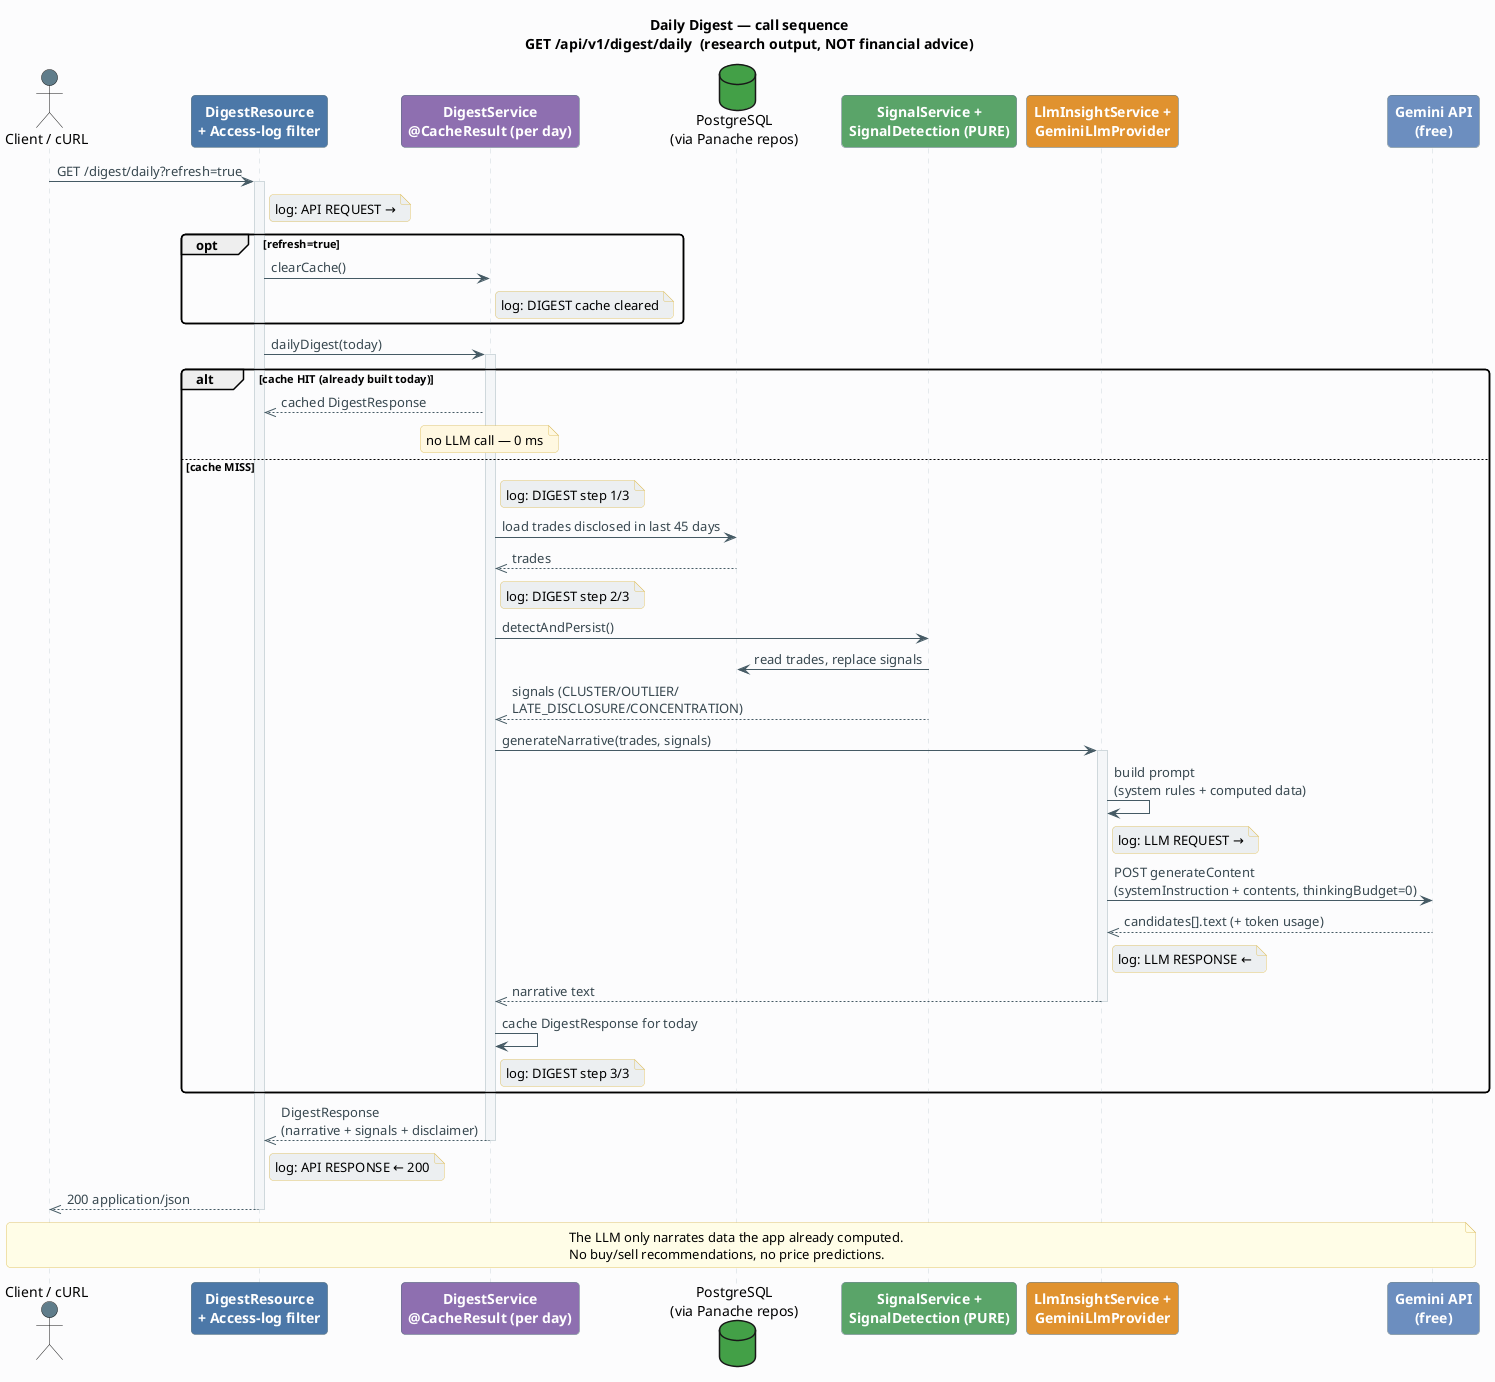
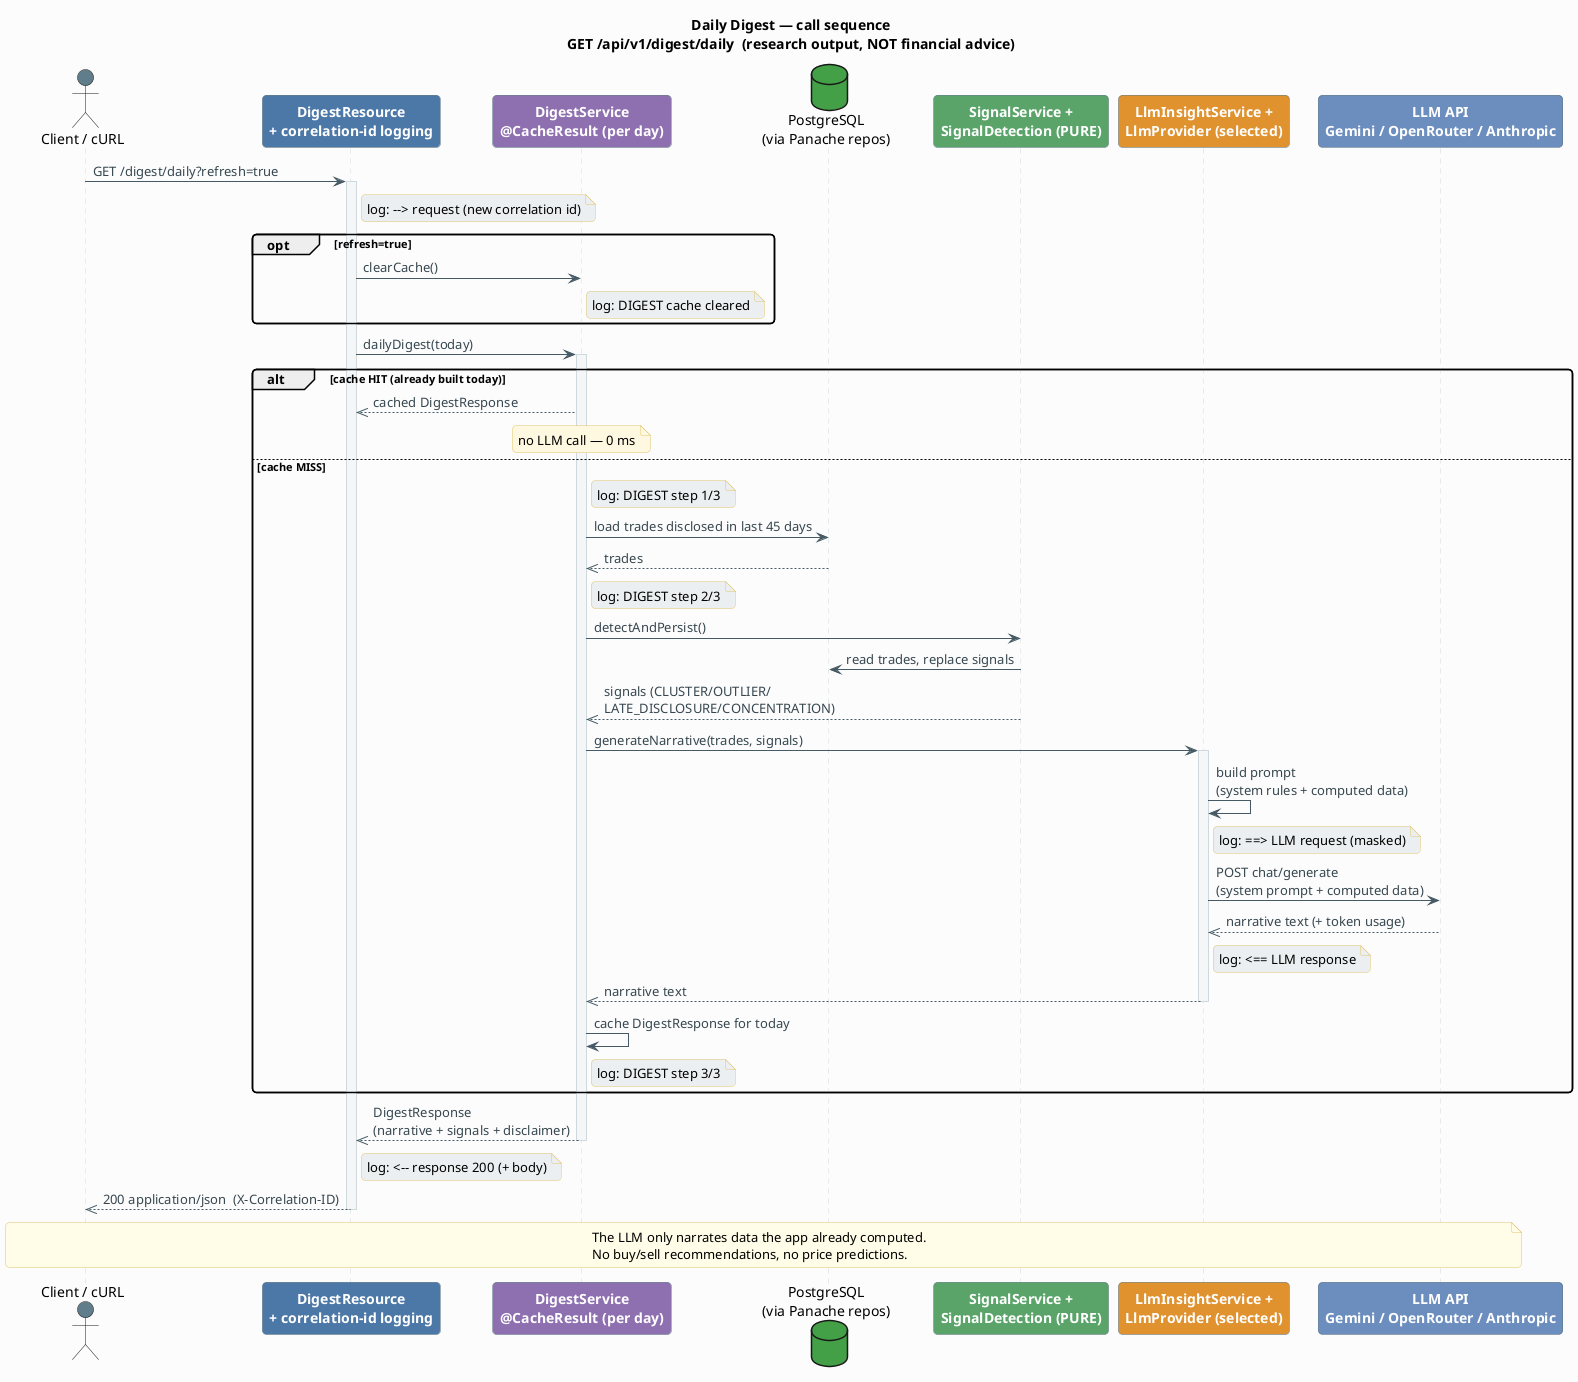
@startuml digest-sequence
title Daily Digest — call sequence\nGET /api/v1/digest/daily  (research output, NOT financial advice)

skinparam backgroundColor #FCFCFD
skinparam shadowing false
skinparam roundcorner 8
skinparam ArrowColor #455A64
skinparam ArrowFontColor #37474F
skinparam sequenceLifeLineBorderColor #CFD8DC
skinparam sequenceLifeLineBackgroundColor #F4F6F8
skinparam noteBackgroundColor #FFF8E1
skinparam noteBorderColor #E0C46C
skinparam participant {
  BorderColor #546E7A
  FontColor #FFFFFF
  FontStyle bold
}

actor "Client / cURL" as C #607D8B
- participant "DigestResource\n+ Access-log filter" as API #4C78A8
+ participant "DigestResource\n+ correlation-id logging" as API #4C78A8
participant "DigestService\n@CacheResult (per day)" as DS #8E6FB0
database "PostgreSQL\n(via Panache repos)" as DB #43A047
participant "SignalService +\nSignalDetection (PURE)" as SG #5AA469
- participant "LlmInsightService +\nGeminiLlmProvider" as LM #E0922F
- participant "Gemini API\n(free)" as GEM #6C8EBF
+ participant "LlmInsightService +\nLlmProvider (selected)" as LM #E0922F
+ participant "LLM API\nGemini / OpenRouter / Anthropic" as GEM #6C8EBF

C -> API: GET /digest/daily?refresh=true
activate API
- note right of API #ECEFF1: log: API REQUEST →
+ note right of API #ECEFF1: log: --> request (new correlation id)

opt refresh=true
  API -> DS: clearCache()
  note right of DS #ECEFF1: log: DIGEST cache cleared
end

API -> DS: dailyDigest(today)
activate DS

alt cache HIT (already built today)
  DS -->> API: cached DigestResponse
  note over DS: no LLM call — 0 ms
else cache MISS
  note right of DS #ECEFF1: log: DIGEST step 1/3
  DS -> DB: load trades disclosed in last 45 days
  DB -->> DS: trades

  note right of DS #ECEFF1: log: DIGEST step 2/3
  DS -> SG: detectAndPersist()
  SG -> DB: read trades, replace signals
  SG -->> DS: signals (CLUSTER/OUTLIER/\nLATE_DISCLOSURE/CONCENTRATION)

  DS -> LM: generateNarrative(trades, signals)
  activate LM
  LM -> LM: build prompt\n(system rules + computed data)
-   note right of LM #ECEFF1: log: LLM REQUEST →
-   LM -> GEM: POST generateContent\n(systemInstruction + contents, thinkingBudget=0)
-   GEM -->> LM: candidates[].text (+ token usage)
-   note right of LM #ECEFF1: log: LLM RESPONSE ←
+   note right of LM #ECEFF1: log: ==> LLM request (masked)
+   LM -> GEM: POST chat/generate\n(system prompt + computed data)
+   GEM -->> LM: narrative text (+ token usage)
+   note right of LM #ECEFF1: log: <== LLM response
  LM -->> DS: narrative text
  deactivate LM

  DS -> DS: cache DigestResponse for today
  note right of DS #ECEFF1: log: DIGEST step 3/3
end

DS -->> API: DigestResponse\n(narrative + signals + disclaimer)
deactivate DS
- note right of API #ECEFF1: log: API RESPONSE ← 200
- API -->> C: 200 application/json
+ note right of API #ECEFF1: log: <-- response 200 (+ body)
+ API -->> C: 200 application/json  (X-Correlation-ID)
deactivate API

note across #FFFDE7
  The LLM only narrates data the app already computed.
  No buy/sell recommendations, no price predictions.
end note
@enduml
